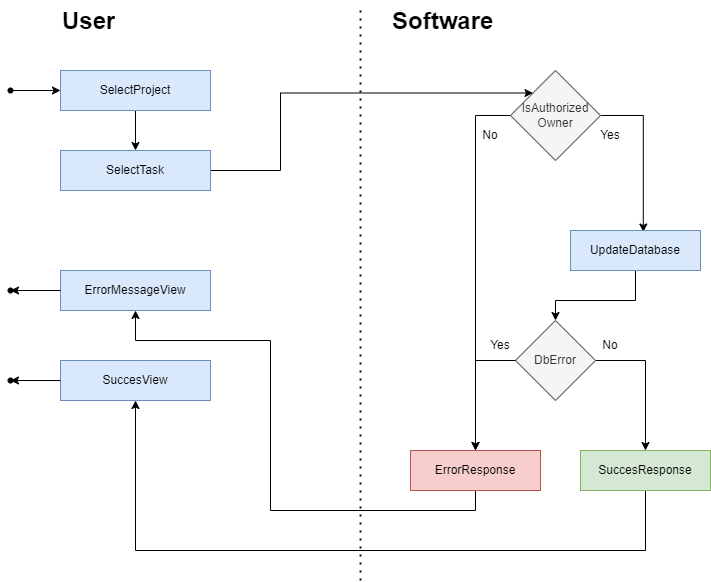
Before: design/activity/task.delete.activity.diagram.png, a diagram exported from draw.io (SamyBP/ProjectManagementApplication). Source tidied: cells renumbered, new cells last; positions are measured from the earlier drawing's top-left corner, leaving out a move shared by most shapes. The source it was exported from:
```xml
<mxGraphModel>
  <root>
    <mxCell id="0" />
    <mxCell id="1" parent="0" />
    <mxCell id="2" style="edgeStyle=orthogonalEdgeStyle;rounded=0;jettySize=auto;html=1;exitX=0.5;exitY=1;exitDx=0;exitDy=0;entryX=0.5;entryY=0;entryDx=0;entryDy=0;" parent="1" edge="1" source="3" target="8">
      <mxGeometry relative="1" as="geometry" />
    </mxCell>
    <mxCell id="3" value="SelectProject" style="rounded=0;whiteSpace=wrap;html=1;fillColor=#dae8fc;strokeColor=#6c8ebf;" parent="1" vertex="1">
      <mxGeometry x="60" y="70" width="150" height="40" as="geometry" />
    </mxCell>
    <mxCell id="4" style="edgeStyle=orthogonalEdgeStyle;rounded=0;jettySize=auto;html=1;" parent="1" edge="1" source="6" target="10">
      <mxGeometry relative="1" as="geometry">
        <Array as="points">
          <mxPoint x="475" y="115" />
        </Array>
      </mxGeometry>
    </mxCell>
    <mxCell id="5" style="edgeStyle=orthogonalEdgeStyle;rounded=0;jettySize=auto;html=1;entryX=0.56;entryY=0.038;entryDx=0;entryDy=0;entryPerimeter=0;" parent="1" edge="1" source="6" target="13">
      <mxGeometry relative="1" as="geometry">
        <Array as="points">
          <mxPoint x="643" y="115" />
        </Array>
      </mxGeometry>
    </mxCell>
    <mxCell id="6" value="IsAuthorized Owner" style="rhombus;whiteSpace=wrap;html=1;fillColor=#f5f5f5;fontColor=#333333;strokeColor=#666666;rounded=0;" parent="1" vertex="1">
      <mxGeometry x="510" y="70" width="90" height="90" as="geometry" />
    </mxCell>
    <mxCell id="7" style="edgeStyle=orthogonalEdgeStyle;rounded=0;jettySize=auto;html=1;exitX=1;exitY=0.5;exitDx=0;exitDy=0;entryX=0;entryY=0;entryDx=0;entryDy=0;" parent="1" edge="1" source="8" target="6">
      <mxGeometry relative="1" as="geometry">
        <Array as="points">
          <mxPoint x="280" y="170" />
          <mxPoint x="280" y="93" />
        </Array>
      </mxGeometry>
    </mxCell>
    <mxCell id="8" value="SelectTask" style="rounded=0;whiteSpace=wrap;html=1;fillColor=#dae8fc;strokeColor=#6c8ebf;" parent="1" vertex="1">
      <mxGeometry x="60" y="150" width="150" height="40" as="geometry" />
    </mxCell>
    <mxCell id="9" style="edgeStyle=orthogonalEdgeStyle;rounded=0;jettySize=auto;html=1;exitX=0.5;exitY=1;exitDx=0;exitDy=0;entryX=0.5;entryY=1;entryDx=0;entryDy=0;" parent="1" edge="1" source="10" target="22">
      <mxGeometry relative="1" as="geometry">
        <Array as="points">
          <mxPoint x="475" y="510" />
          <mxPoint x="270" y="510" />
          <mxPoint x="270" y="340" />
          <mxPoint x="135" y="340" />
        </Array>
      </mxGeometry>
    </mxCell>
    <mxCell id="10" value="ErrorResponse" style="rounded=0;whiteSpace=wrap;html=1;fillColor=#f8cecc;strokeColor=#b85450;" parent="1" vertex="1">
      <mxGeometry x="410" y="450" width="130" height="40" as="geometry" />
    </mxCell>
    <mxCell id="11" value="No" style="text;html=1;align=center;verticalAlign=middle;whiteSpace=wrap;rounded=0;" parent="1" vertex="1">
      <mxGeometry x="460" y="120" width="60" height="30" as="geometry" />
    </mxCell>
    <mxCell id="12" style="edgeStyle=orthogonalEdgeStyle;rounded=0;jettySize=auto;html=1;exitX=0.5;exitY=1;exitDx=0;exitDy=0;entryX=0.5;entryY=0;entryDx=0;entryDy=0;" parent="1" edge="1" source="13" target="15">
      <mxGeometry relative="1" as="geometry">
        <Array as="points">
          <mxPoint x="635" y="300" />
          <mxPoint x="555" y="300" />
        </Array>
      </mxGeometry>
    </mxCell>
    <mxCell id="13" value="UpdateDatabase" style="rounded=0;whiteSpace=wrap;html=1;fillColor=#dae8fc;strokeColor=#6c8ebf;" parent="1" vertex="1">
      <mxGeometry x="570" y="230" width="130" height="40" as="geometry" />
    </mxCell>
    <mxCell id="14" style="edgeStyle=orthogonalEdgeStyle;rounded=0;jettySize=auto;html=1;entryX=0.5;entryY=0;entryDx=0;entryDy=0;" parent="1" edge="1" source="15" target="20">
      <mxGeometry relative="1" as="geometry">
        <Array as="points">
          <mxPoint x="645" y="360" />
        </Array>
      </mxGeometry>
    </mxCell>
    <mxCell id="15" value="DbError" style="rhombus;whiteSpace=wrap;html=1;fillColor=#f5f5f5;fontColor=#333333;strokeColor=#666666;rounded=0;" parent="1" vertex="1">
      <mxGeometry x="515" y="320" width="80" height="80" as="geometry" />
    </mxCell>
    <mxCell id="16" value="Yes" style="text;html=1;align=center;verticalAlign=middle;whiteSpace=wrap;rounded=0;" parent="1" vertex="1">
      <mxGeometry x="580" y="120" width="60" height="30" as="geometry" />
    </mxCell>
    <mxCell id="17" style="edgeStyle=orthogonalEdgeStyle;rounded=0;jettySize=auto;html=1;exitX=0.75;exitY=1;exitDx=0;exitDy=0;entryX=0.5;entryY=0;entryDx=0;entryDy=0;" parent="1" edge="1" source="18" target="10">
      <mxGeometry relative="1" as="geometry">
        <Array as="points">
          <mxPoint x="475" y="360" />
        </Array>
      </mxGeometry>
    </mxCell>
    <mxCell id="18" value="Yes" style="text;html=1;align=center;verticalAlign=middle;whiteSpace=wrap;rounded=0;" parent="1" vertex="1">
      <mxGeometry x="470" y="330" width="60" height="30" as="geometry" />
    </mxCell>
    <mxCell id="19" style="edgeStyle=orthogonalEdgeStyle;rounded=0;jettySize=auto;html=1;exitX=0.5;exitY=1;exitDx=0;exitDy=0;entryX=0.5;entryY=1;entryDx=0;entryDy=0;" parent="1" edge="1" source="20" target="23">
      <mxGeometry relative="1" as="geometry">
        <Array as="points">
          <mxPoint x="645" y="550" />
          <mxPoint x="135" y="550" />
        </Array>
      </mxGeometry>
    </mxCell>
    <mxCell id="20" value="SuccesResponse" style="rounded=0;whiteSpace=wrap;html=1;fillColor=#d5e8d4;strokeColor=#82b366;" parent="1" vertex="1">
      <mxGeometry x="580" y="450" width="130" height="40" as="geometry" />
    </mxCell>
    <mxCell id="21" value="No" style="text;html=1;align=center;verticalAlign=middle;whiteSpace=wrap;rounded=0;" parent="1" vertex="1">
      <mxGeometry x="580" y="330" width="60" height="30" as="geometry" />
    </mxCell>
    <mxCell id="22" value="ErrorMessageView" style="rounded=0;whiteSpace=wrap;html=1;fillColor=#dae8fc;strokeColor=#6c8ebf;" parent="1" vertex="1">
      <mxGeometry x="60" y="270" width="150" height="40" as="geometry" />
    </mxCell>
    <mxCell id="23" value="SuccesView" style="rounded=0;whiteSpace=wrap;html=1;fillColor=#dae8fc;strokeColor=#6c8ebf;" parent="1" vertex="1">
      <mxGeometry x="60" y="360" width="150" height="40" as="geometry" />
    </mxCell>
    <mxCell id="24" style="endArrow=none;dashed=1;html=1;dashPattern=1 3;strokeWidth=2;rounded=0;" parent="1" edge="1">
      <mxGeometry relative="1" as="geometry">
        <mxPoint x="360" y="10" as="sourcePoint" />
        <mxPoint x="360" y="580" as="targetPoint" />
      </mxGeometry>
    </mxCell>
    <mxCell id="25" value="&lt;h1 style=&quot;margin-top: 0px;&quot;&gt;User&lt;/h1&gt;" style="text;html=1;whiteSpace=wrap;overflow=hidden;rounded=0;" parent="1" vertex="1">
      <mxGeometry x="60" width="180" height="50" as="geometry" />
    </mxCell>
    <mxCell id="26" value="&lt;h1 style=&quot;margin-top: 0px;&quot;&gt;Software&lt;/h1&gt;" style="text;html=1;whiteSpace=wrap;overflow=hidden;rounded=0;" parent="1" vertex="1">
      <mxGeometry x="390" width="180" height="50" as="geometry" />
    </mxCell>
    <mxCell id="27" style="edgeStyle=orthogonalEdgeStyle;jettySize=auto;html=1;entryX=0;entryY=0.5;entryDx=0;entryDy=0;" parent="1" edge="1" source="28" target="3">
      <mxGeometry relative="1" as="geometry" />
    </mxCell>
    <mxCell id="28" style="shape=waypoint;sketch=0;fillStyle=solid;size=6;points=[];fillColor=none;perimeter=centerPerimeter;snapToPoint=1;" parent="1" vertex="1">
      <mxGeometry y="80" width="20" height="20" as="geometry" />
    </mxCell>
    <mxCell id="29" style="shape=waypoint;sketch=0;fillStyle=solid;size=6;points=[];fillColor=none;perimeter=centerPerimeter;snapToPoint=1;" parent="1" vertex="1">
      <mxGeometry y="280" width="20" height="20" as="geometry" />
    </mxCell>
    <mxCell id="30" style="shape=waypoint;sketch=0;fillStyle=solid;size=6;points=[];fillColor=none;perimeter=centerPerimeter;snapToPoint=1;" parent="1" vertex="1">
      <mxGeometry y="370" width="20" height="20" as="geometry" />
    </mxCell>
    <mxCell id="31" style="edgeStyle=orthogonalEdgeStyle;jettySize=auto;html=1;exitX=0;exitY=0.5;exitDx=0;exitDy=0;entryX=0.836;entryY=0.588;entryDx=0;entryDy=0;entryPerimeter=0;" parent="1" edge="1" source="23" target="30">
      <mxGeometry relative="1" as="geometry" />
    </mxCell>
    <mxCell id="32" style="edgeStyle=orthogonalEdgeStyle;jettySize=auto;html=1;exitX=0;exitY=0.5;exitDx=0;exitDy=0;entryX=0.836;entryY=0.497;entryDx=0;entryDy=0;entryPerimeter=0;" parent="1" edge="1" source="22" target="29">
      <mxGeometry relative="1" as="geometry" />
    </mxCell>
  </root>
</mxGraphModel>
```
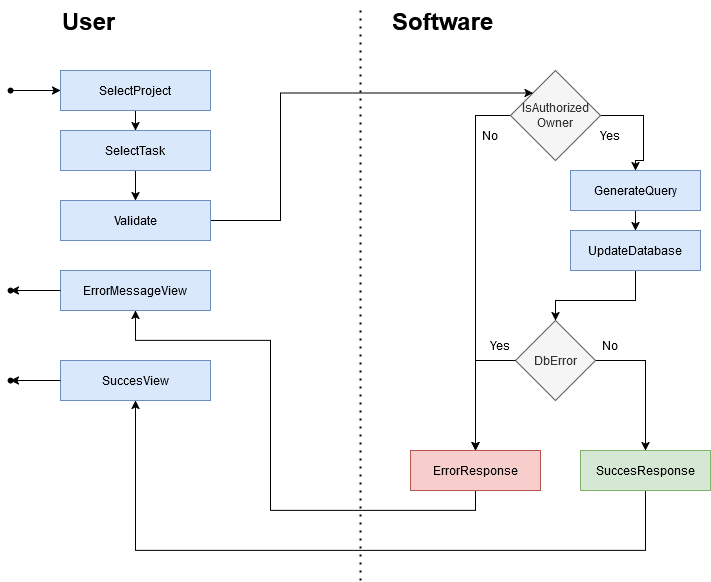
After the commit.

Diff of the diagram source:
```diff
@@ -15,26 +15,30 @@
         </Array>
       </mxGeometry>
     </mxCell>
-    <mxCell id="5" style="edgeStyle=orthogonalEdgeStyle;rounded=0;jettySize=auto;html=1;entryX=0.56;entryY=0.038;entryDx=0;entryDy=0;entryPerimeter=0;" parent="1" edge="1" source="6" target="13">
+    <mxCell id="5" style="edgeStyle=orthogonalEdgeStyle;rounded=0;jettySize=auto;html=1;entryX=0.5;entryY=0;entryDx=0;entryDy=0;" parent="1" edge="1" source="6" target="36">
       <mxGeometry relative="1" as="geometry">
         <Array as="points">
           <mxPoint x="643" y="115" />
+          <mxPoint x="643" y="160" />
         </Array>
       </mxGeometry>
     </mxCell>
     <mxCell id="6" value="IsAuthorized Owner" style="rhombus;whiteSpace=wrap;html=1;fillColor=#f5f5f5;fontColor=#333333;strokeColor=#666666;rounded=0;" parent="1" vertex="1">
       <mxGeometry x="510" y="70" width="90" height="90" as="geometry" />
     </mxCell>
-    <mxCell id="7" style="edgeStyle=orthogonalEdgeStyle;rounded=0;jettySize=auto;html=1;exitX=1;exitY=0.5;exitDx=0;exitDy=0;entryX=0;entryY=0;entryDx=0;entryDy=0;" parent="1" edge="1" source="8" target="6">
+    <mxCell id="7" style="edgeStyle=orthogonalEdgeStyle;rounded=0;jettySize=auto;html=1;exitX=1;exitY=0.5;exitDx=0;exitDy=0;entryX=0;entryY=0;entryDx=0;entryDy=0;" parent="1" edge="1" source="34" target="6">
       <mxGeometry relative="1" as="geometry">
         <Array as="points">
-          <mxPoint x="280" y="170" />
+          <mxPoint x="280" y="220" />
           <mxPoint x="280" y="93" />
         </Array>
       </mxGeometry>
     </mxCell>
+    <mxCell id="33" style="edgeStyle=orthogonalEdgeStyle;rounded=0;jettySize=auto;html=1;exitX=0.5;exitY=1;exitDx=0;exitDy=0;entryX=0.5;entryY=0;entryDx=0;entryDy=0;" parent="1" edge="1" source="8" target="34">
+      <mxGeometry relative="1" as="geometry" />
+    </mxCell>
     <mxCell id="8" value="SelectTask" style="rounded=0;whiteSpace=wrap;html=1;fillColor=#dae8fc;strokeColor=#6c8ebf;" parent="1" vertex="1">
-      <mxGeometry x="60" y="150" width="150" height="40" as="geometry" />
+      <mxGeometry x="60" y="130" width="150" height="40" as="geometry" />
     </mxCell>
     <mxCell id="9" style="edgeStyle=orthogonalEdgeStyle;rounded=0;jettySize=auto;html=1;exitX=0.5;exitY=1;exitDx=0;exitDy=0;entryX=0.5;entryY=1;entryDx=0;entryDy=0;" parent="1" edge="1" source="10" target="22">
       <mxGeometry relative="1" as="geometry">
@@ -136,5 +140,14 @@
     <mxCell id="32" style="edgeStyle=orthogonalEdgeStyle;jettySize=auto;html=1;exitX=0;exitY=0.5;exitDx=0;exitDy=0;entryX=0.836;entryY=0.497;entryDx=0;entryDy=0;entryPerimeter=0;" parent="1" edge="1" source="22" target="29">
       <mxGeometry relative="1" as="geometry" />
     </mxCell>
+    <mxCell id="34" value="Validate" style="rounded=0;whiteSpace=wrap;html=1;fillColor=#dae8fc;strokeColor=#6c8ebf;" parent="1" vertex="1">
+      <mxGeometry x="60" y="200" width="150" height="40" as="geometry" />
+    </mxCell>
+    <mxCell id="35" style="edgeStyle=orthogonalEdgeStyle;rounded=0;jettySize=auto;html=1;exitX=0.5;exitY=1;exitDx=0;exitDy=0;entryX=0.5;entryY=0;entryDx=0;entryDy=0;" parent="1" edge="1" source="36" target="13">
+      <mxGeometry relative="1" as="geometry" />
+    </mxCell>
+    <mxCell id="36" value="GenerateQuery" style="rounded=0;whiteSpace=wrap;html=1;fillColor=#dae8fc;strokeColor=#6c8ebf;" parent="1" vertex="1">
+      <mxGeometry x="570" y="170" width="130" height="40" as="geometry" />
+    </mxCell>
   </root>
 </mxGraphModel>
```
